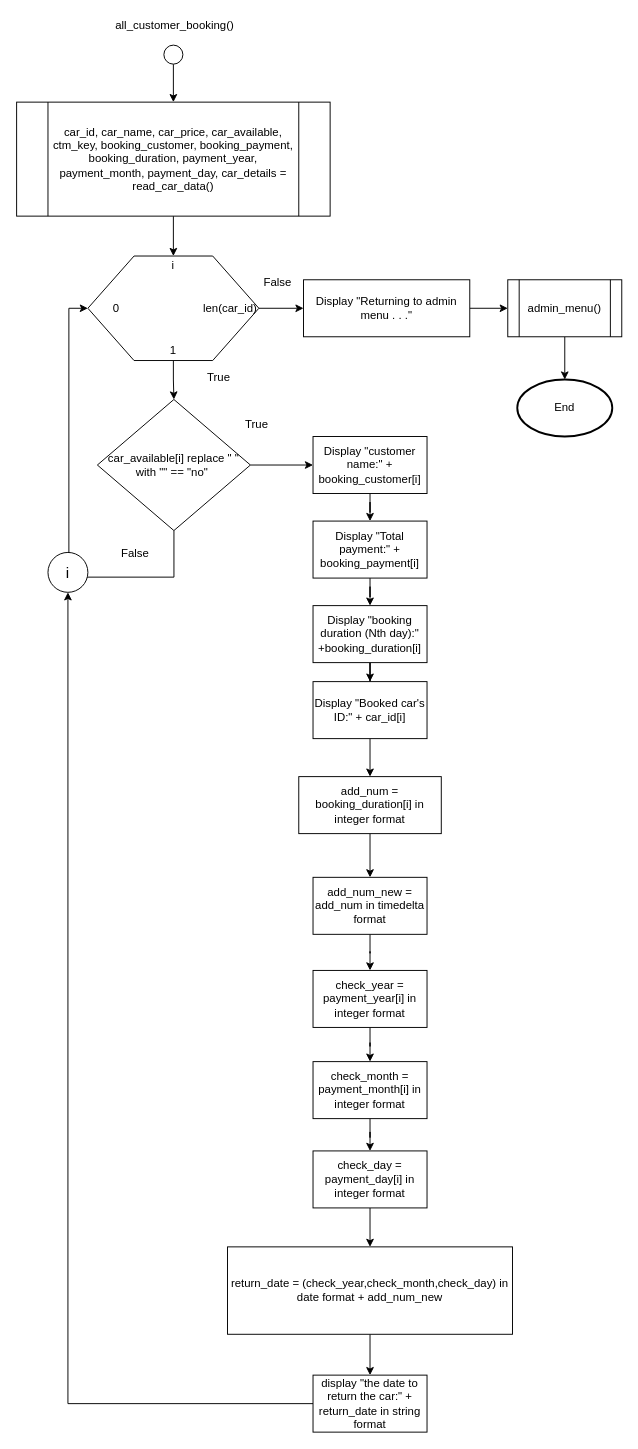
Before: page "all_customer_booking()" (24 of 27) of Flowchart.drawio in LeeRenJie/python-assignment, a draw.io diagram. Source tidied: cells renumbered, new cells numbered last; positions are measured from the earlier drawing's top-left corner, leaving out a move shared by most shapes. Both pictures are drawn from the tidied source at 95%, with x=0, y=0 at pixel (16, 16).
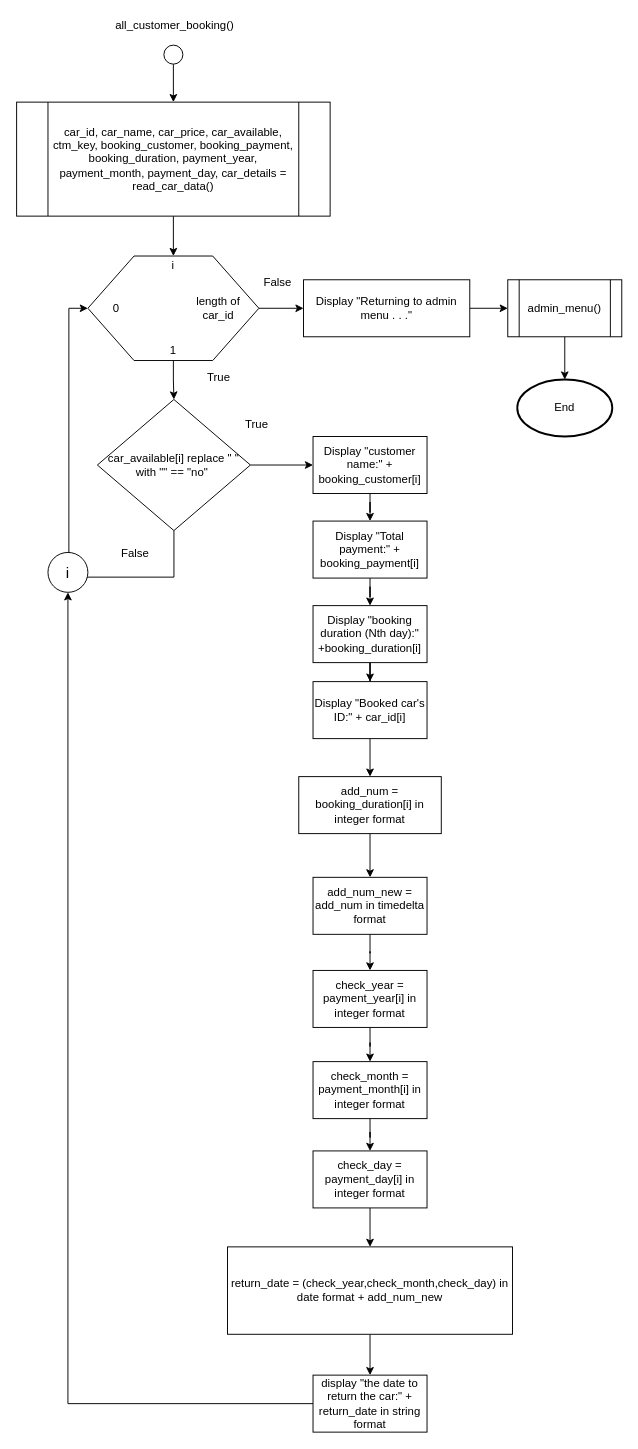
After the change.

The edit, as a diff of the source:
```diff
@@
-    <mxCell id="9" value="len(car_id)" style="text;html=1;strokeColor=none;fillColor=none;align=center;verticalAlign=middle;whiteSpace=wrap;rounded=0;fontSize=12;" parent="1" vertex="1">
-      <mxGeometry x="205" y="297" width="40" height="20" as="geometry" />
+    <mxCell id="9" value="length of car_id" style="text;html=1;strokeColor=none;fillColor=none;align=center;verticalAlign=middle;whiteSpace=wrap;rounded=0;fontSize=12;" parent="1" vertex="1">
+      <mxGeometry x="180" y="297" width="65" height="20" as="geometry" />
     </mxCell>
```
